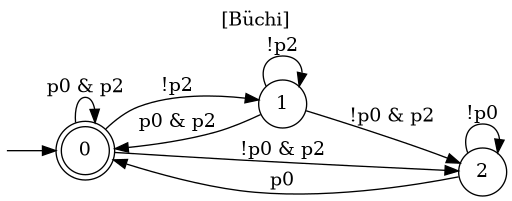
jrourke48/HMRTA_with_Multi-Capability_Robots keeps this Graphviz diagram as MCTB-PDT/organizedtests/robot_homogeneity/output/automaton_test_infinite_1.dot.png. Above is the earlier version. Its source is kept beside it as MCTB-PDT/organizedtests/robot_homogeneity/output/automaton_test_infinite_1.dot.dot.
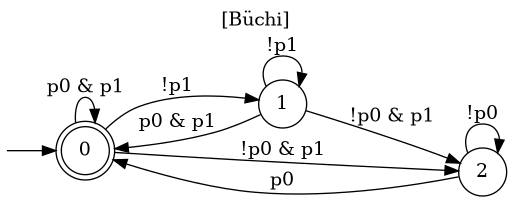
The same diagram one commit later.

Diff of the diagram source:
```diff
@@ -6,13 +6,13 @@
   I [label="", style=invis, width=0]
   I -> 0
   0 [label="0", peripheries=2]
-  0 -> 0 [label="p0 & p2"]
-  0 -> 1 [label="!p2"]
-  0 -> 2 [label="!p0 & p2"]
+  0 -> 0 [label="p0 & p1"]
+  0 -> 1 [label="!p1"]
+  0 -> 2 [label="!p0 & p1"]
   1 [label="1"]
-  1 -> 0 [label="p0 & p2"]
-  1 -> 1 [label="!p2"]
-  1 -> 2 [label="!p0 & p2"]
+  1 -> 0 [label="p0 & p1"]
+  1 -> 1 [label="!p1"]
+  1 -> 2 [label="!p0 & p1"]
   2 [label="2"]
   2 -> 0 [label="p0"]
   2 -> 2 [label="!p0"]
```
